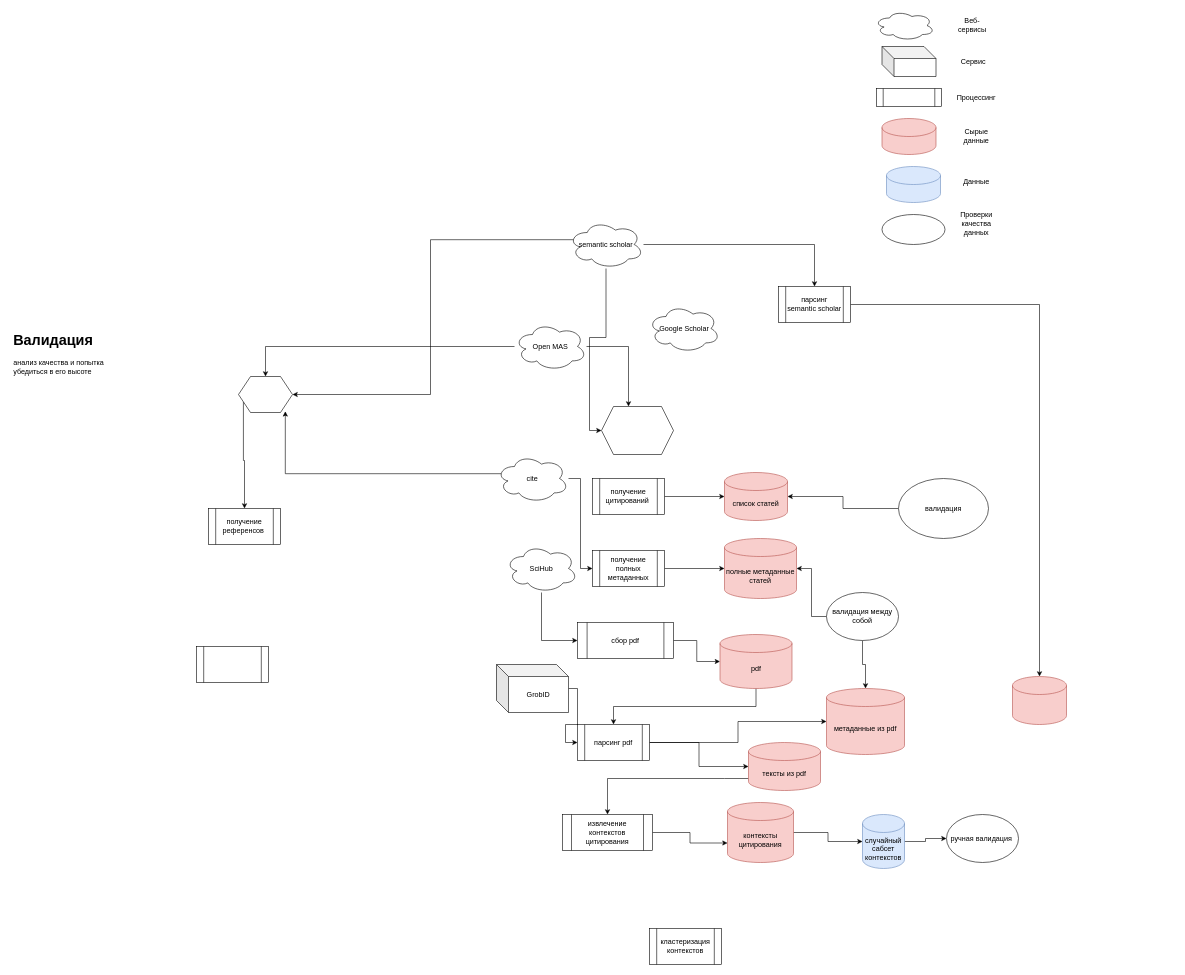
Above: pipeline.drawio in theotheo/vkr_open (draw.io), before the change. Source tidied: cells renumbered, new cells numbered last; positions are measured from the earlier drawing's top-left corner, leaving out a move shared by most shapes. Both pictures are drawn from the tidied source at 60%, with x=0, y=0 at pixel (10, 10).
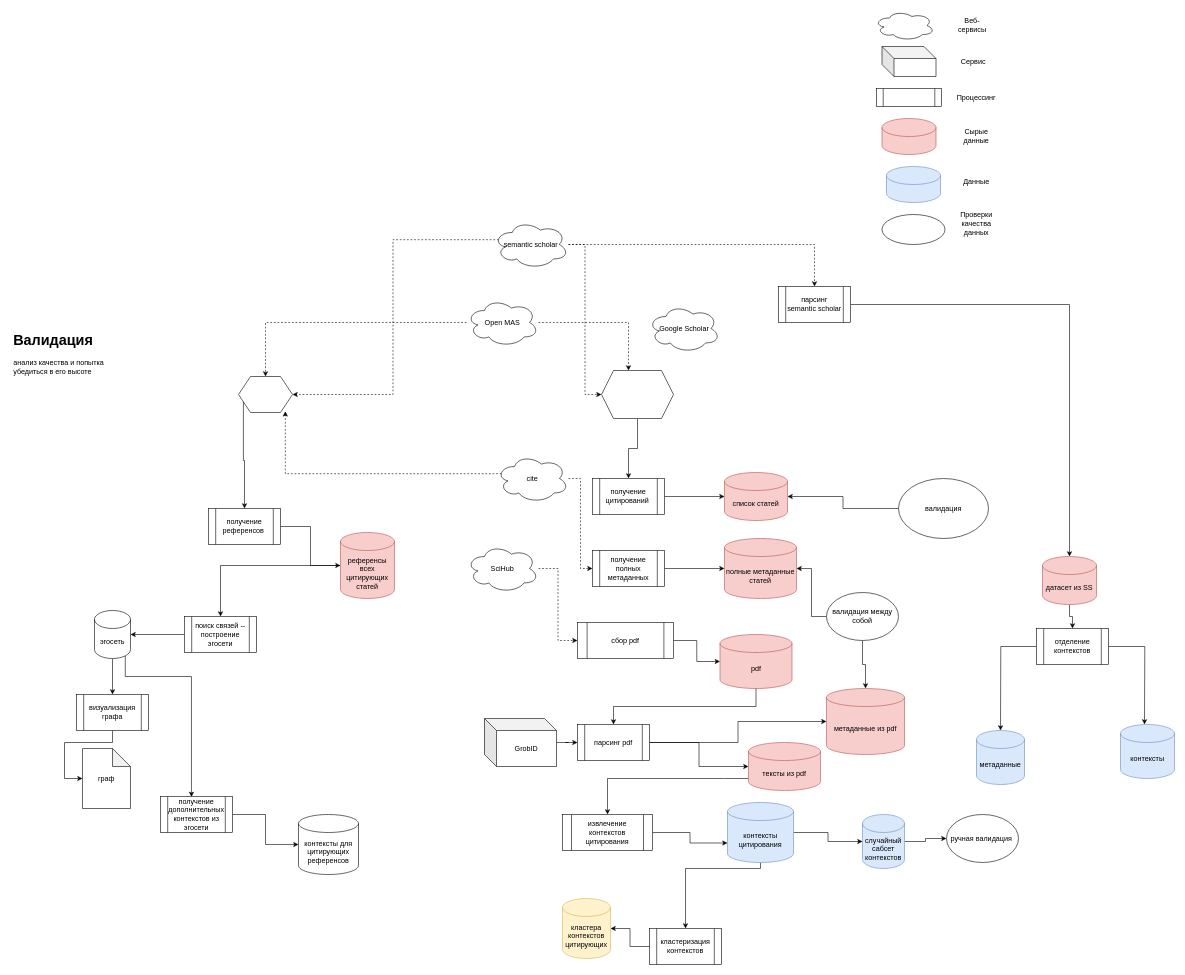
The same page after the edit.

Commit message:
эго-сеть

The change refers to these unchanged cells:
```xml
<mxCell id="4" value="сбор pdf" style="shape=process;whiteSpace=wrap;html=1;backgroundOutline=1;" parent="1" vertex="1">
  <mxGeometry x="945" y="1020" width="160" height="60" as="geometry" />
</mxCell>
<mxCell id="12" value="получение полных метаданных" style="shape=process;whiteSpace=wrap;html=1;backgroundOutline=1;" parent="1" vertex="1">
  <mxGeometry x="970" y="900" width="120" height="60" as="geometry" />
</mxCell>
<mxCell id="15" value="получение цитирований&amp;nbsp;" style="shape=process;whiteSpace=wrap;html=1;backgroundOutline=1;" parent="1" vertex="1">
  <mxGeometry x="970" y="780" width="120" height="60" as="geometry" />
</mxCell>
<mxCell id="20" value="парсинг pdf" style="shape=process;whiteSpace=wrap;html=1;backgroundOutline=1;" parent="1" vertex="1">
  <mxGeometry x="945" y="1190" width="120" height="60" as="geometry" />
</mxCell>
<mxCell id="28" value="парсинг semantic scholar" style="shape=process;whiteSpace=wrap;html=1;backgroundOutline=1;" parent="1" vertex="1">
  <mxGeometry x="1280" y="460" width="120" height="60" as="geometry" />
</mxCell>
<mxCell id="47" value="cite" style="ellipse;shape=cloud;whiteSpace=wrap;html=1;" parent="1" vertex="1">
  <mxGeometry x="810" y="740" width="120" height="80" as="geometry" />
</mxCell>
<mxCell id="62" value="получение референсов&amp;nbsp;" style="shape=process;whiteSpace=wrap;html=1;backgroundOutline=1;" parent="1" vertex="1">
  <mxGeometry x="330" y="830" width="120" height="60" as="geometry" />
</mxCell>
<mxCell id="66" value="кластеризация&lt;br&gt;контекстов" style="shape=process;whiteSpace=wrap;html=1;backgroundOutline=1;" parent="1" vertex="1">
  <mxGeometry x="1065" y="1530" width="120" height="60" as="geometry" />
</mxCell>
```

Change to the diagram source:
```diff
@@
+    <mxCell id="67" style="edgeStyle=orthogonalEdgeStyle;rounded=0;jettySize=auto;html=1;" parent="1" edge="1" source="10" target="66">
+      <mxGeometry relative="1" as="geometry">
+        <Array as="points">
+          <mxPoint x="1250" y="1430" />
+          <mxPoint x="1125" y="1430" />
+        </Array>
+      </mxGeometry>
+    </mxCell>
-    <mxCell id="10" value="контексты цитирования" style="shape=cylinder3;whiteSpace=wrap;html=1;boundedLbl=1;backgroundOutline=1;size=15;fillColor=#f8cecc;strokeColor=#b85450;" parent="1" vertex="1">
+    <mxCell id="10" value="контексты цитирования" style="shape=cylinder3;whiteSpace=wrap;html=1;boundedLbl=1;backgroundOutline=1;size=15;fillColor=#dae8fc;strokeColor=#6c8ebf;" parent="1" vertex="1">
       <mxGeometry x="1195" y="1320" width="110" height="100" as="geometry" />
     </mxCell>
@@
-    <mxCell id="27" style="edgeStyle=orthogonalEdgeStyle;rounded=0;jettySize=auto;html=1;entryX=0.5;entryY=0;entryDx=0;entryDy=0;entryPerimeter=0;" parent="1" edge="1" source="28" target="33">
-      <mxGeometry relative="1" as="geometry" />
-    </mxCell>
+    <mxCell id="68" style="edgeStyle=orthogonalEdgeStyle;rounded=0;jettySize=auto;html=1;entryX=0.5;entryY=0;entryDx=0;entryDy=0;entryPerimeter=0;" parent="1" edge="1" source="28" target="70">
+      <mxGeometry relative="1" as="geometry" />
+    </mxCell>
@@
-    <mxCell id="33" style="shape=cylinder3;whiteSpace=wrap;html=1;boundedLbl=1;backgroundOutline=1;size=15;fillColor=#f8cecc;strokeColor=#b85450;" parent="1" vertex="1">
-      <mxGeometry x="1670" y="1110" width="90" height="80" as="geometry" />
-    </mxCell>
+    <mxCell id="69" style="edgeStyle=orthogonalEdgeStyle;rounded=0;jettySize=auto;html=1;" parent="1" edge="1" source="70" target="93">
+      <mxGeometry relative="1" as="geometry" />
+    </mxCell>
+    <mxCell id="70" value="датасет из SS" style="shape=cylinder3;whiteSpace=wrap;html=1;boundedLbl=1;backgroundOutline=1;size=15;fillColor=#f8cecc;strokeColor=#b85450;" parent="1" vertex="1">
+      <mxGeometry x="1720" y="910" width="90" height="80" as="geometry" />
+    </mxCell>
-    <mxCell id="34" style="edgeStyle=orthogonalEdgeStyle;rounded=0;jettySize=auto;html=1;entryX=0.5;entryY=0;entryDx=0;entryDy=0;" parent="1" edge="1" source="37" target="28">
+    <mxCell id="34" style="edgeStyle=orthogonalEdgeStyle;rounded=0;jettySize=auto;html=1;entryX=0.5;entryY=0;entryDx=0;entryDy=0;dashed=1;" parent="1" edge="1" source="37" target="28">
       <mxGeometry relative="1" as="geometry" />
     </mxCell>
-    <mxCell id="35" style="edgeStyle=orthogonalEdgeStyle;rounded=0;jettySize=auto;html=1;entryX=0;entryY=0.5;entryDx=0;entryDy=0;" parent="1" edge="1" source="37" target="38">
-      <mxGeometry relative="1" as="geometry" />
-    </mxCell>
-    <mxCell id="36" style="edgeStyle=orthogonalEdgeStyle;rounded=0;jettySize=auto;html=1;exitX=0.07;exitY=0.4;exitDx=0;exitDy=0;exitPerimeter=0;entryX=1;entryY=0.5;entryDx=0;entryDy=0;" parent="1" edge="1" source="37" target="64">
-      <mxGeometry relative="1" as="geometry" />
-    </mxCell>
+    <mxCell id="71" style="edgeStyle=orthogonalEdgeStyle;rounded=0;jettySize=auto;html=1;entryX=0;entryY=0.5;entryDx=0;entryDy=0;dashed=1;" parent="1" edge="1" source="37" target="74">
+      <mxGeometry relative="1" as="geometry" />
+    </mxCell>
+    <mxCell id="72" style="edgeStyle=orthogonalEdgeStyle;rounded=0;jettySize=auto;html=1;exitX=0.07;exitY=0.4;exitDx=0;exitDy=0;exitPerimeter=0;entryX=1;entryY=0.5;entryDx=0;entryDy=0;dashed=1;" parent="1" edge="1" source="37" target="86">
+      <mxGeometry relative="1" as="geometry" />
+    </mxCell>
     <mxCell id="37" value="semantic scholar" style="ellipse;shape=cloud;whiteSpace=wrap;html=1;" parent="1" vertex="1">
-      <mxGeometry x="930" y="350" width="125" height="80" as="geometry" />
+      <mxGeometry x="805" y="350" width="125" height="80" as="geometry" />
     </mxCell>
-    <mxCell id="38" style="shape=hexagon;perimeter=hexagonPerimeter2;whiteSpace=wrap;html=1;fixedSize=1;" parent="1" vertex="1">
-      <mxGeometry x="985" y="660" width="120" height="80" as="geometry" />
-    </mxCell>
-    <mxCell id="39" style="edgeStyle=orthogonalEdgeStyle;rounded=0;jettySize=auto;html=1;entryX=0.375;entryY=0;entryDx=0;entryDy=0;" parent="1" edge="1" source="41" target="38">
-      <mxGeometry relative="1" as="geometry" />
-    </mxCell>
-    <mxCell id="40" style="edgeStyle=orthogonalEdgeStyle;rounded=0;jettySize=auto;html=1;" parent="1" edge="1" source="41" target="64">
-      <mxGeometry relative="1" as="geometry" />
-    </mxCell>
+    <mxCell id="73" style="edgeStyle=orthogonalEdgeStyle;rounded=0;jettySize=auto;html=1;" parent="1" edge="1" source="74" target="15">
+      <mxGeometry relative="1" as="geometry" />
+    </mxCell>
+    <mxCell id="74" style="shape=hexagon;perimeter=hexagonPerimeter2;whiteSpace=wrap;html=1;fixedSize=1;" parent="1" vertex="1">
+      <mxGeometry x="985" y="600" width="120" height="80" as="geometry" />
+    </mxCell>
+    <mxCell id="75" style="edgeStyle=orthogonalEdgeStyle;rounded=0;jettySize=auto;html=1;entryX=0.375;entryY=0;entryDx=0;entryDy=0;dashed=1;" parent="1" edge="1" source="41" target="74">
+      <mxGeometry relative="1" as="geometry" />
+    </mxCell>
+    <mxCell id="76" style="edgeStyle=orthogonalEdgeStyle;rounded=0;jettySize=auto;html=1;dashed=1;" parent="1" edge="1" source="41" target="86">
+      <mxGeometry relative="1" as="geometry" />
+    </mxCell>
     <mxCell id="41" value="Open MAS" style="ellipse;shape=cloud;whiteSpace=wrap;html=1;" parent="1" vertex="1">
-      <mxGeometry x="840" y="520" width="120" height="80" as="geometry" />
+      <mxGeometry x="760" y="480" width="120" height="80" as="geometry" />
     </mxCell>
@@
     <mxCell id="43" style="edgeStyle=orthogonalEdgeStyle;rounded=0;jettySize=auto;html=1;entryX=0;entryY=0.5;entryDx=0;entryDy=0;" parent="1" edge="1" source="44" target="20">
-      <mxGeometry relative="1" as="geometry">
-        <Array as="points">
-          <mxPoint x="945" y="1130" />
-          <mxPoint x="945" y="1190" />
-          <mxPoint x="925" y="1190" />
-          <mxPoint x="925" y="1220" />
-        </Array>
-      </mxGeometry>
+      <mxGeometry relative="1" as="geometry" />
     </mxCell>
     <mxCell id="44" value="GrobID" style="shape=cube;whiteSpace=wrap;html=1;boundedLbl=1;backgroundOutline=1;darkOpacity=0.05;darkOpacity2=0.1;" parent="1" vertex="1">
-      <mxGeometry x="810" y="1090" width="120" height="80" as="geometry" />
+      <mxGeometry x="790" y="1180" width="120" height="80" as="geometry" />
     </mxCell>
-    <mxCell id="45" style="edgeStyle=orthogonalEdgeStyle;rounded=0;jettySize=auto;html=1;entryX=0;entryY=0.5;entryDx=0;entryDy=0;" parent="1" edge="1" source="47" target="12">
+    <mxCell id="45" style="edgeStyle=orthogonalEdgeStyle;rounded=0;jettySize=auto;html=1;entryX=0;entryY=0.5;entryDx=0;entryDy=0;dashed=1;" parent="1" edge="1" source="47" target="12">
       <mxGeometry relative="1" as="geometry" />
     </mxCell>
-    <mxCell id="46" style="edgeStyle=orthogonalEdgeStyle;rounded=0;jettySize=auto;html=1;exitX=0.07;exitY=0.4;exitDx=0;exitDy=0;exitPerimeter=0;entryX=0.867;entryY=0.967;entryDx=0;entryDy=0;entryPerimeter=0;" parent="1" edge="1" source="47" target="64">
-      <mxGeometry relative="1" as="geometry" />
-    </mxCell>
+    <mxCell id="77" style="edgeStyle=orthogonalEdgeStyle;rounded=0;jettySize=auto;html=1;exitX=0.07;exitY=0.4;exitDx=0;exitDy=0;exitPerimeter=0;entryX=0.867;entryY=0.967;entryDx=0;entryDy=0;entryPerimeter=0;dashed=1;" parent="1" edge="1" source="47" target="86">
+      <mxGeometry relative="1" as="geometry" />
+    </mxCell>
@@
-    <mxCell id="48" style="edgeStyle=orthogonalEdgeStyle;rounded=0;jettySize=auto;html=1;entryX=0;entryY=0.5;entryDx=0;entryDy=0;" parent="1" edge="1" source="49" target="4">
+    <mxCell id="48" style="edgeStyle=orthogonalEdgeStyle;rounded=0;jettySize=auto;html=1;entryX=0;entryY=0.5;entryDx=0;entryDy=0;dashed=1;" parent="1" edge="1" source="49" target="4">
       <mxGeometry relative="1" as="geometry" />
     </mxCell>
     <mxCell id="49" value="SciHub" style="ellipse;shape=cloud;whiteSpace=wrap;html=1;" parent="1" vertex="1">
-      <mxGeometry x="825" y="890" width="120" height="80" as="geometry" />
+      <mxGeometry x="760" y="890" width="120" height="80" as="geometry" />
     </mxCell>
-    <mxCell id="50" style="ellipse;shape=cloud;whiteSpace=wrap;html=1;" parent="1" vertex="1">
-      <mxGeometry x="1440" width="100" height="50" as="geometry" />
-    </mxCell>
+    <mxCell id="78" style="ellipse;shape=cloud;whiteSpace=wrap;html=1;" parent="1" vertex="1">
+      <mxGeometry x="1440" width="100" height="50" as="geometry" />
+    </mxCell>
@@
-    <mxCell id="52" style="shape=cube;whiteSpace=wrap;html=1;boundedLbl=1;backgroundOutline=1;darkOpacity=0.05;darkOpacity2=0.1;" parent="1" vertex="1">
-      <mxGeometry x="1452.5" y="60" width="90" height="50" as="geometry" />
-    </mxCell>
+    <mxCell id="79" style="shape=cube;whiteSpace=wrap;html=1;boundedLbl=1;backgroundOutline=1;darkOpacity=0.05;darkOpacity2=0.1;" parent="1" vertex="1">
+      <mxGeometry x="1452.5" y="60" width="90" height="50" as="geometry" />
+    </mxCell>
@@
-    <mxCell id="54" style="shape=process;whiteSpace=wrap;html=1;backgroundOutline=1;" parent="1" vertex="1">
-      <mxGeometry x="1443.5" y="130" width="108" height="30" as="geometry" />
-    </mxCell>
-    <mxCell id="55" style="shape=cylinder3;whiteSpace=wrap;html=1;boundedLbl=1;backgroundOutline=1;size=15;fillColor=#f8cecc;strokeColor=#b85450;" parent="1" vertex="1">
-      <mxGeometry x="1452.5" y="180" width="90" height="60" as="geometry" />
-    </mxCell>
+    <mxCell id="80" style="shape=process;whiteSpace=wrap;html=1;backgroundOutline=1;" parent="1" vertex="1">
+      <mxGeometry x="1443.5" y="130" width="108" height="30" as="geometry" />
+    </mxCell>
+    <mxCell id="81" style="shape=cylinder3;whiteSpace=wrap;html=1;boundedLbl=1;backgroundOutline=1;size=15;fillColor=#f8cecc;strokeColor=#b85450;" parent="1" vertex="1">
+      <mxGeometry x="1452.5" y="180" width="90" height="60" as="geometry" />
+    </mxCell>
@@
-    <mxCell id="58" style="shape=cylinder3;whiteSpace=wrap;html=1;boundedLbl=1;backgroundOutline=1;size=15;fillColor=#dae8fc;strokeColor=#6c8ebf;" parent="1" vertex="1">
-      <mxGeometry x="1460" y="260" width="90" height="60" as="geometry" />
-    </mxCell>
+    <mxCell id="82" style="shape=cylinder3;whiteSpace=wrap;html=1;boundedLbl=1;backgroundOutline=1;size=15;fillColor=#dae8fc;strokeColor=#6c8ebf;" parent="1" vertex="1">
+      <mxGeometry x="1460" y="260" width="90" height="60" as="geometry" />
+    </mxCell>
@@
-    <mxCell id="60" style="ellipse;whiteSpace=wrap;html=1;" parent="1" vertex="1">
-      <mxGeometry x="1452.5" y="340" width="105" height="50" as="geometry" />
-    </mxCell>
+    <mxCell id="83" style="ellipse;whiteSpace=wrap;html=1;" parent="1" vertex="1">
+      <mxGeometry x="1452.5" y="340" width="105" height="50" as="geometry" />
+    </mxCell>
@@
+    <mxCell id="84" style="edgeStyle=orthogonalEdgeStyle;rounded=0;jettySize=auto;html=1;" parent="1" edge="1" source="62" target="100">
+      <mxGeometry relative="1" as="geometry" />
+    </mxCell>
@@
-    <mxCell id="63" style="edgeStyle=orthogonalEdgeStyle;rounded=0;jettySize=auto;html=1;exitX=0;exitY=0.75;exitDx=0;exitDy=0;" parent="1" edge="1" source="64" target="62">
-      <mxGeometry relative="1" as="geometry" />
-    </mxCell>
-    <mxCell id="64" style="shape=hexagon;perimeter=hexagonPerimeter2;whiteSpace=wrap;html=1;fixedSize=1;" parent="1" vertex="1">
-      <mxGeometry x="380" y="610" width="90" height="60" as="geometry" />
-    </mxCell>
-    <mxCell id="65" style="shape=process;whiteSpace=wrap;html=1;backgroundOutline=1;" parent="1" vertex="1">
-      <mxGeometry x="310" y="1060" width="120" height="60" as="geometry" />
-    </mxCell>
+    <mxCell id="85" style="edgeStyle=orthogonalEdgeStyle;rounded=0;jettySize=auto;html=1;exitX=0;exitY=0.75;exitDx=0;exitDy=0;" parent="1" edge="1" source="86" target="62">
+      <mxGeometry relative="1" as="geometry" />
+    </mxCell>
+    <mxCell id="86" style="shape=hexagon;perimeter=hexagonPerimeter2;whiteSpace=wrap;html=1;fixedSize=1;" parent="1" vertex="1">
+      <mxGeometry x="380" y="610" width="90" height="60" as="geometry" />
+    </mxCell>
+    <mxCell id="87" style="edgeStyle=orthogonalEdgeStyle;rounded=0;jettySize=auto;html=1;entryX=0;entryY=0.5;entryDx=0;entryDy=0;entryPerimeter=0;" parent="1" edge="1" source="88" target="96">
+      <mxGeometry relative="1" as="geometry" />
+    </mxCell>
+    <mxCell id="88" value="визуализация графа" style="shape=process;whiteSpace=wrap;html=1;backgroundOutline=1;" parent="1" vertex="1">
+      <mxGeometry x="110" y="1140" width="120" height="60" as="geometry" />
+    </mxCell>
+    <mxCell id="89" style="edgeStyle=orthogonalEdgeStyle;rounded=0;jettySize=auto;html=1;" parent="1" edge="1" source="66" target="90">
+      <mxGeometry relative="1" as="geometry" />
+    </mxCell>
@@
+    <mxCell id="90" value="кластера контекстов цитирующих" style="shape=cylinder3;whiteSpace=wrap;html=1;boundedLbl=1;backgroundOutline=1;size=15;fillColor=#fff2cc;strokeColor=#d6b656;" parent="1" vertex="1">
+      <mxGeometry x="920" y="1480" width="80" height="100" as="geometry" />
+    </mxCell>
+    <mxCell id="91" style="edgeStyle=orthogonalEdgeStyle;rounded=0;jettySize=auto;html=1;" parent="1" edge="1" source="93">
+      <mxGeometry relative="1" as="geometry">
+        <mxPoint x="1650" y="1200" as="targetPoint" />
+      </mxGeometry>
+    </mxCell>
+    <mxCell id="92" style="edgeStyle=orthogonalEdgeStyle;rounded=0;jettySize=auto;html=1;" parent="1" edge="1" source="93">
+      <mxGeometry relative="1" as="geometry">
+        <mxPoint x="1890" y="1190" as="targetPoint" />
+      </mxGeometry>
+    </mxCell>
+    <mxCell id="93" value="отделение контекстов" style="shape=process;whiteSpace=wrap;html=1;backgroundOutline=1;" parent="1" vertex="1">
+      <mxGeometry x="1710" y="1030" width="120" height="60" as="geometry" />
+    </mxCell>
+    <mxCell id="94" value="метаданные" style="shape=cylinder3;whiteSpace=wrap;html=1;boundedLbl=1;backgroundOutline=1;size=15;fillColor=#dae8fc;strokeColor=#6c8ebf;" parent="1" vertex="1">
+      <mxGeometry x="1610" y="1200" width="80" height="90" as="geometry" />
+    </mxCell>
+    <mxCell id="95" value="контексты" style="shape=cylinder3;whiteSpace=wrap;html=1;boundedLbl=1;backgroundOutline=1;size=15;fillColor=#dae8fc;strokeColor=#6c8ebf;" parent="1" vertex="1">
+      <mxGeometry x="1850" y="1190" width="90" height="90" as="geometry" />
+    </mxCell>
+    <mxCell id="96" value="граф" style="shape=note;whiteSpace=wrap;html=1;backgroundOutline=1;darkOpacity=0.05;" parent="1" vertex="1">
+      <mxGeometry x="120" y="1230" width="80" height="100" as="geometry" />
+    </mxCell>
+    <mxCell id="97" style="edgeStyle=orthogonalEdgeStyle;rounded=0;jettySize=auto;html=1;" parent="1" edge="1" source="98" target="103">
+      <mxGeometry relative="1" as="geometry" />
+    </mxCell>
+    <mxCell id="98" value="поиск связей -- построение эгосети" style="shape=process;whiteSpace=wrap;html=1;backgroundOutline=1;" parent="1" vertex="1">
+      <mxGeometry x="290" y="1010" width="120" height="60" as="geometry" />
+    </mxCell>
+    <mxCell id="99" style="edgeStyle=orthogonalEdgeStyle;rounded=0;jettySize=auto;html=1;entryX=0.5;entryY=0;entryDx=0;entryDy=0;" parent="1" edge="1" source="100" target="98">
+      <mxGeometry relative="1" as="geometry" />
+    </mxCell>
+    <mxCell id="100" value="референсы всех цитирующих статей" style="shape=cylinder3;whiteSpace=wrap;html=1;boundedLbl=1;backgroundOutline=1;size=15;fillColor=#f8cecc;strokeColor=#b85450;" parent="1" vertex="1">
+      <mxGeometry x="550" y="870" width="90" height="110" as="geometry" />
+    </mxCell>
+    <mxCell id="101" style="edgeStyle=orthogonalEdgeStyle;rounded=0;jettySize=auto;html=1;" parent="1" edge="1" source="103" target="88">
+      <mxGeometry relative="1" as="geometry" />
+    </mxCell>
+    <mxCell id="102" style="edgeStyle=orthogonalEdgeStyle;rounded=0;jettySize=auto;html=1;exitX=0.855;exitY=1;exitDx=0;exitDy=-4.35;exitPerimeter=0;entryX=0.43;entryY=0.013;entryDx=0;entryDy=0;entryPerimeter=0;" parent="1" edge="1" source="103" target="105">
+      <mxGeometry relative="1" as="geometry">
+        <Array as="points">
+          <mxPoint x="191" y="1110" />
+          <mxPoint x="302" y="1110" />
+        </Array>
+      </mxGeometry>
+    </mxCell>
+    <mxCell id="103" value="эгосеть" style="shape=cylinder3;whiteSpace=wrap;html=1;boundedLbl=1;backgroundOutline=1;size=15;" parent="1" vertex="1">
+      <mxGeometry x="140" y="1000" width="60" height="80" as="geometry" />
+    </mxCell>
+    <mxCell id="104" style="edgeStyle=orthogonalEdgeStyle;rounded=0;jettySize=auto;html=1;" parent="1" edge="1" source="105" target="106">
+      <mxGeometry relative="1" as="geometry" />
+    </mxCell>
+    <mxCell id="105" value="получение дополнительных контекстов из эгосети" style="shape=process;whiteSpace=wrap;html=1;backgroundOutline=1;" parent="1" vertex="1">
+      <mxGeometry x="250" y="1310" width="120" height="60" as="geometry" />
+    </mxCell>
+    <mxCell id="106" value="контексты для цитирующих референсов" style="shape=cylinder3;whiteSpace=wrap;html=1;boundedLbl=1;backgroundOutline=1;size=15;" parent="1" vertex="1">
+      <mxGeometry x="480" y="1340" width="100" height="100" as="geometry" />
+    </mxCell>
```
